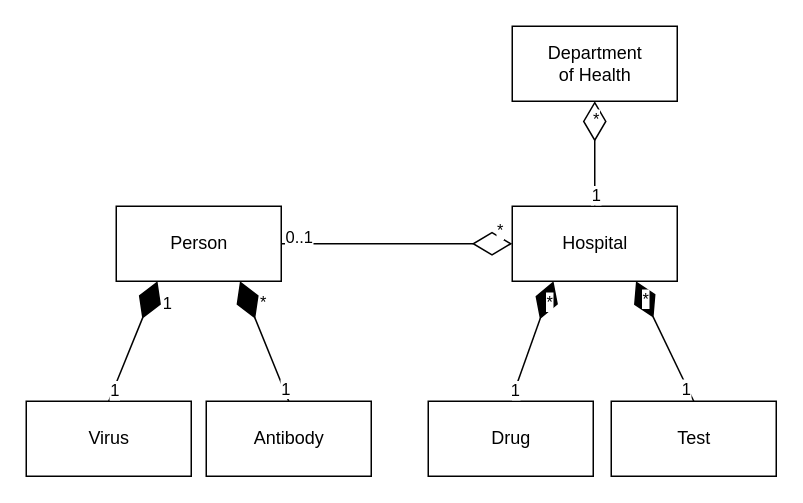
The draw.io diagram diagrams/Information model.drawio in rolkon/covid-gof-patterns, before the edit. Source tidied: cells renumbered, new cells numbered last; positions are measured from the earlier drawing's top-left corner, leaving out a move shared by most shapes. Both pictures are drawn from the tidied source at 150%, with x=0, y=0 at pixel (26, 26).
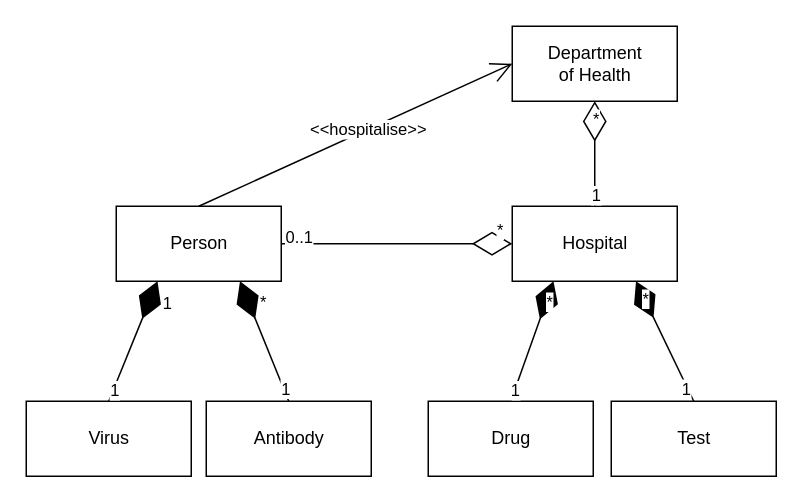
The same page after the edit.

Unchanged cells that the change refers to:
```xml
<mxCell id="2" value="Person" style="html=1;" parent="1" vertex="1">
  <mxGeometry x="60" y="120" width="110" height="50" as="geometry" />
</mxCell>
<mxCell id="15" value="Department &lt;br&gt;of Health" style="html=1;" parent="1" vertex="1">
  <mxGeometry x="324" width="110" height="50" as="geometry" />
</mxCell>
```

The edit, as a diff of the source:
```diff
@@
+    <mxCell id="27" style="endArrow=open;endFill=1;endSize=12;html=1;entryX=0;entryY=0.5;entryDx=0;entryDy=0;exitX=0.5;exitY=0;exitDx=0;exitDy=0;" parent="1" edge="1" source="2" target="15">
+      <mxGeometry relative="1" as="geometry" />
+    </mxCell>
+    <mxCell id="28" value="&amp;lt;&amp;lt;hospitalise&amp;gt;&amp;gt;" style="edgeLabel;html=1;align=center;verticalAlign=middle;" parent="27" vertex="1">
+      <mxGeometry x="0.08" relative="1" as="geometry" />
+    </mxCell>
```
